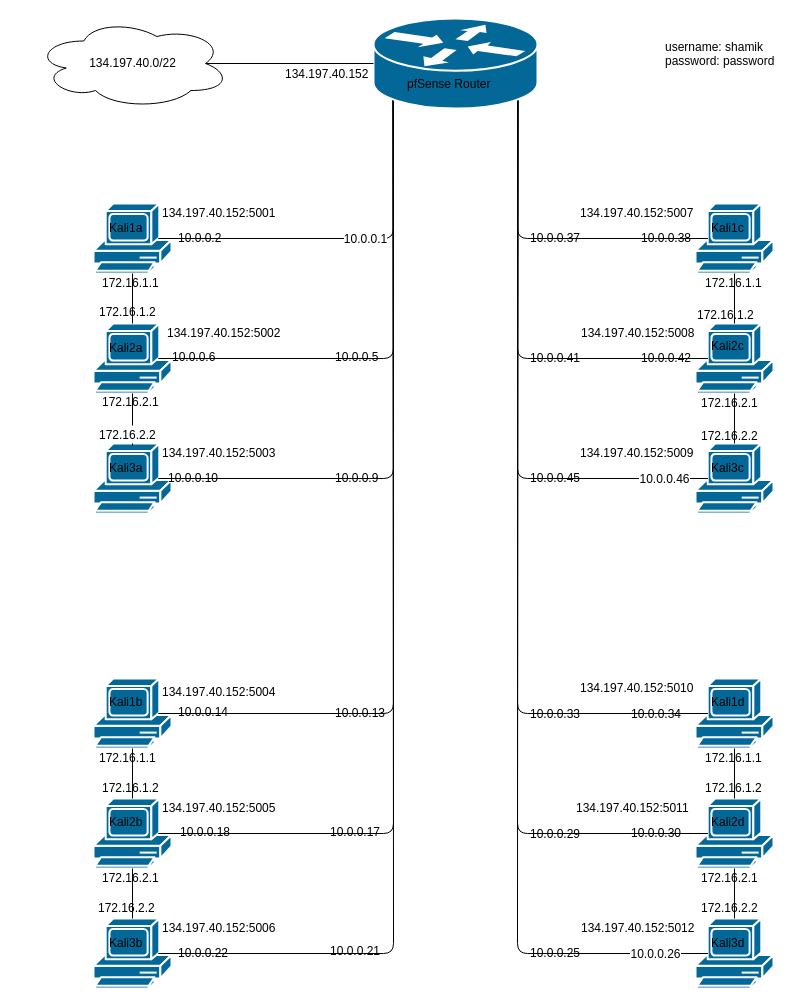
This is Untitled Diagram.drawio from spitfire4040/FSC_Lab_Network, a draw.io file, before an edit. Source tidied: cells renumbered, new cells numbered last; positions are measured from the earlier drawing's top-left corner, leaving out a move shared by most shapes. Both pictures are drawn from the tidied source at 100%, with x=0, y=0 at pixel (35, 18).
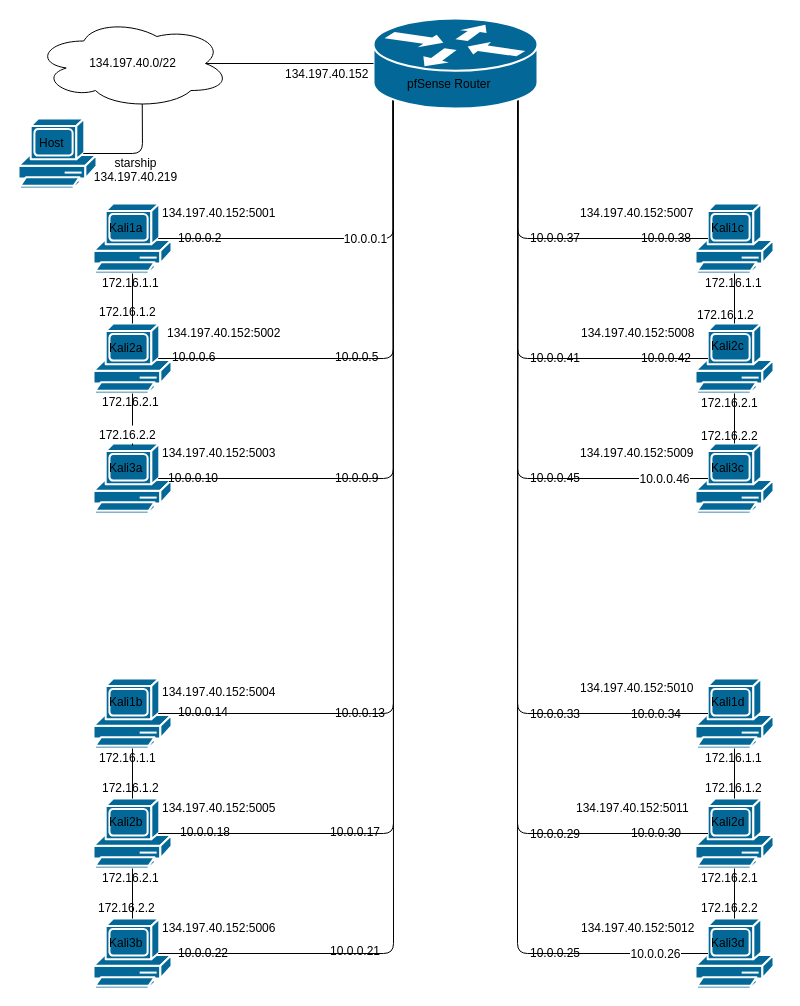
The same diagram, later.

Unchanged cells that the change refers to:
```xml
<mxCell id="2" value="134.197.40.0/22" style="ellipse;shape=cloud;whiteSpace=wrap;html=1;" parent="1" vertex="1">
  <mxGeometry x="-0.5" width="195" height="90" as="geometry" />
</mxCell>
```

Diff of the diagram source:
```diff
@@
-    <mxCell id="104" value="username: shamik&lt;br&gt;password: password" style="text;html=1;align=left;verticalAlign=top;spacingTop=-4;" parent="1" vertex="1">
-      <mxGeometry x="628" y="19" width="120" height="30" as="geometry" />
-    </mxCell>
+    <mxCell id="105" style="shape=mxgraph.cisco.computers_and_peripherals.pc;html=1;dashed=0;fillColor=#036897;strokeColor=#ffffff;strokeWidth=2;verticalLabelPosition=bottom;verticalAlign=top;align=center;outlineConnect=0;" parent="1" vertex="1">
+      <mxGeometry x="-17" y="100" width="78" height="70" as="geometry" />
+    </mxCell>
+    <mxCell id="106" value="starship&lt;br&gt;134.197.40.219" style="text;html=1;align=center;verticalAlign=top;spacingTop=-4;" parent="1" vertex="1">
+      <mxGeometry x="49.5" y="135" width="100" height="30" as="geometry" />
+    </mxCell>
+    <mxCell id="107" style="endArrow=none;html=1;exitX=0.83;exitY=0.5;exitDx=0;exitDy=0;exitPerimeter=0;entryX=0.55;entryY=0.95;entryDx=0;entryDy=0;entryPerimeter=0;" parent="1" edge="1" source="105" target="2">
+      <mxGeometry relative="1" as="geometry">
+        <Array as="points">
+          <mxPoint x="107" y="135" />
+        </Array>
+      </mxGeometry>
+    </mxCell>
+    <mxCell id="108" value="Host" style="text;html=1;align=left;verticalAlign=top;spacingTop=-4;" parent="1" vertex="1">
+      <mxGeometry x="2" y="115" width="40" height="20" as="geometry" />
+    </mxCell>
```
